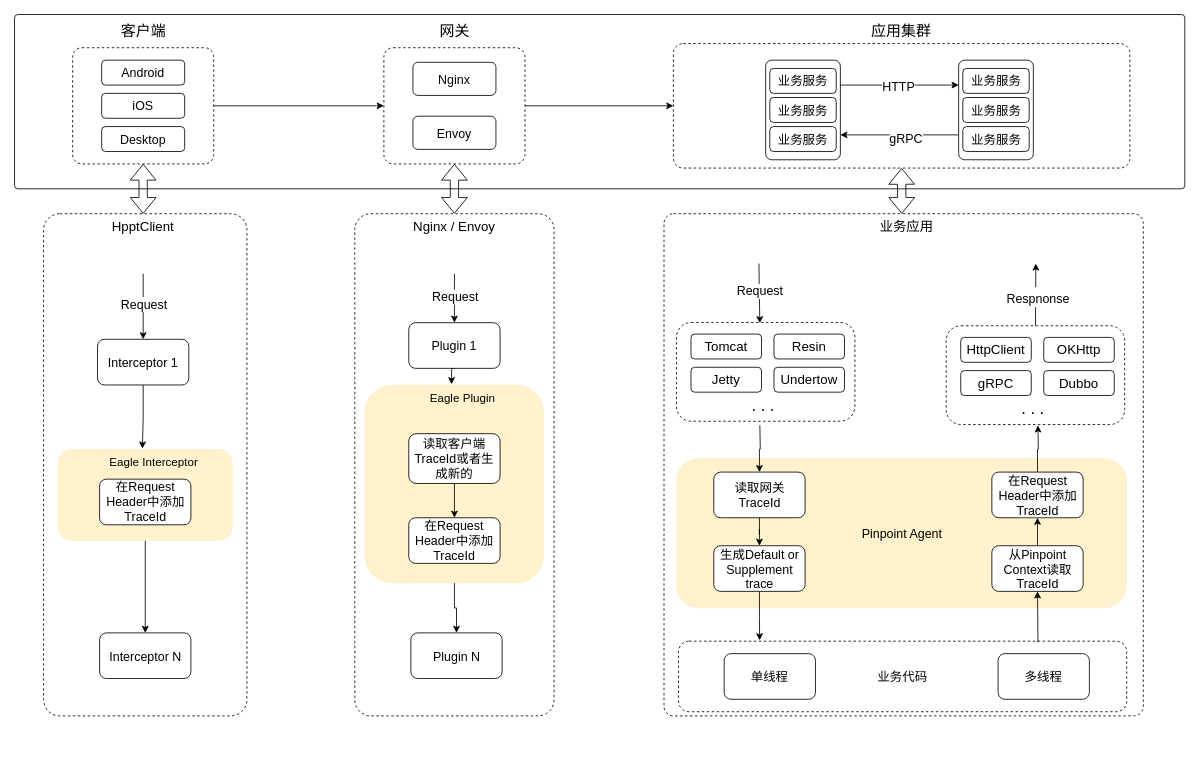
This is page "eagle全链路traceId" (2 of 11) of Untitled Diagram.drawio from maxuewen/draw.io, a draw.io file, before an edit. Source tidied: cells renumbered, new cells numbered last; positions are measured from the earlier drawing's top-left corner, leaving out a move shared by most shapes. Both pictures are drawn from the tidied source at 83%, with x=0, y=0 at pixel (14, 14).
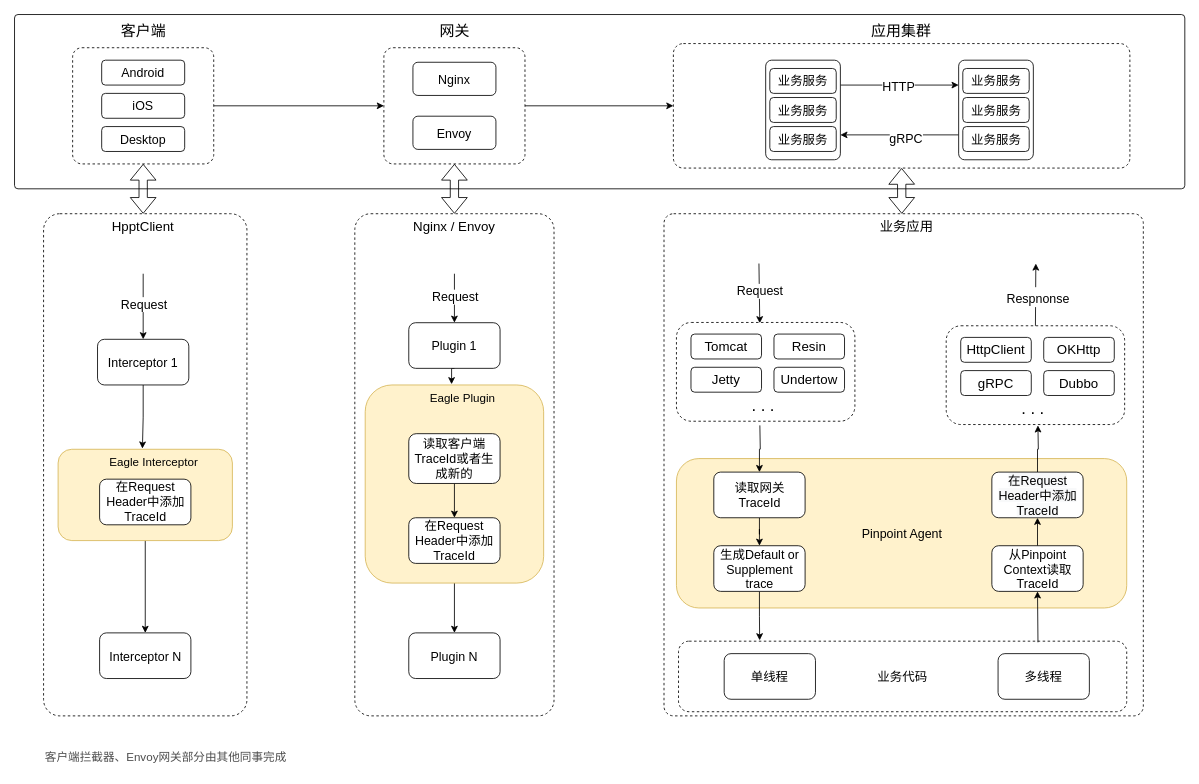
The same diagram, later.

Diff of the diagram source:
```diff
@@
-    <mxCell id="3" value="&lt;font style=&quot;font-size: 15px;&quot;&gt;Pinpoint Agent&lt;/font&gt;" style="rounded=1;whiteSpace=wrap;html=1;dashed=1;fontSize=15;fillColor=#fff2cc;strokeColor=#d6b656;strokeWidth=0;" parent="1" vertex="1">
+    <mxCell id="3" value="&lt;font style=&quot;font-size: 15px;&quot;&gt;Pinpoint Agent&lt;/font&gt;" style="rounded=1;whiteSpace=wrap;html=1;fontSize=15;fillColor=#fff2cc;strokeColor=#d6b656;strokeWidth=1;" parent="1" vertex="1">
       <mxGeometry x="797.5" y="535" width="542.5" height="180" as="geometry" />
     </mxCell>
@@
-    <mxCell id="7" style="rounded=1;whiteSpace=wrap;html=1;dashed=1;fontSize=15;fillColor=#fff2cc;strokeColor=#d6b656;strokeWidth=0;" parent="1" vertex="1">
+    <mxCell id="7" style="rounded=1;whiteSpace=wrap;html=1;fontSize=15;fillColor=#fff2cc;strokeColor=#d6b656;strokeWidth=1;" parent="1" vertex="1">
       <mxGeometry x="52.5" y="523.8" width="210" height="110" as="geometry" />
     </mxCell>
@@
-    <mxCell id="44" style="rounded=1;whiteSpace=wrap;html=1;dashed=1;fontSize=15;fillColor=#fff2cc;strokeColor=#d6b656;strokeWidth=0;" parent="1" vertex="1">
+    <mxCell id="44" style="rounded=1;whiteSpace=wrap;html=1;fontSize=15;fillColor=#fff2cc;strokeColor=#d6b656;strokeWidth=1;" parent="1" vertex="1">
       <mxGeometry x="422.5" y="446.3" width="215" height="238.7" as="geometry" />
     </mxCell>
@@
     <mxCell id="51" value="Plugin N" style="rounded=1;whiteSpace=wrap;html=1;labelBackgroundColor=none;fontSize=15;strokeWidth=1;" parent="1" vertex="1">
-      <mxGeometry x="477.5" y="745" width="110" height="55" as="geometry" />
+      <mxGeometry x="475" y="745" width="110" height="55" as="geometry" />
     </mxCell>
@@
+    <mxCell id="87" value="&lt;font color=&quot;#4d4d4d&quot;&gt;客户端拦截器、Envoy网关部分由其他同事完成&lt;/font&gt;" style="text;html=1;align=left;verticalAlign=middle;strokeColor=none;fillColor=none;fontSize=14;fontColor=#000000;" parent="1" vertex="1">
+      <mxGeometry x="35" y="880" width="310" height="30" as="geometry" />
+    </mxCell>
```
